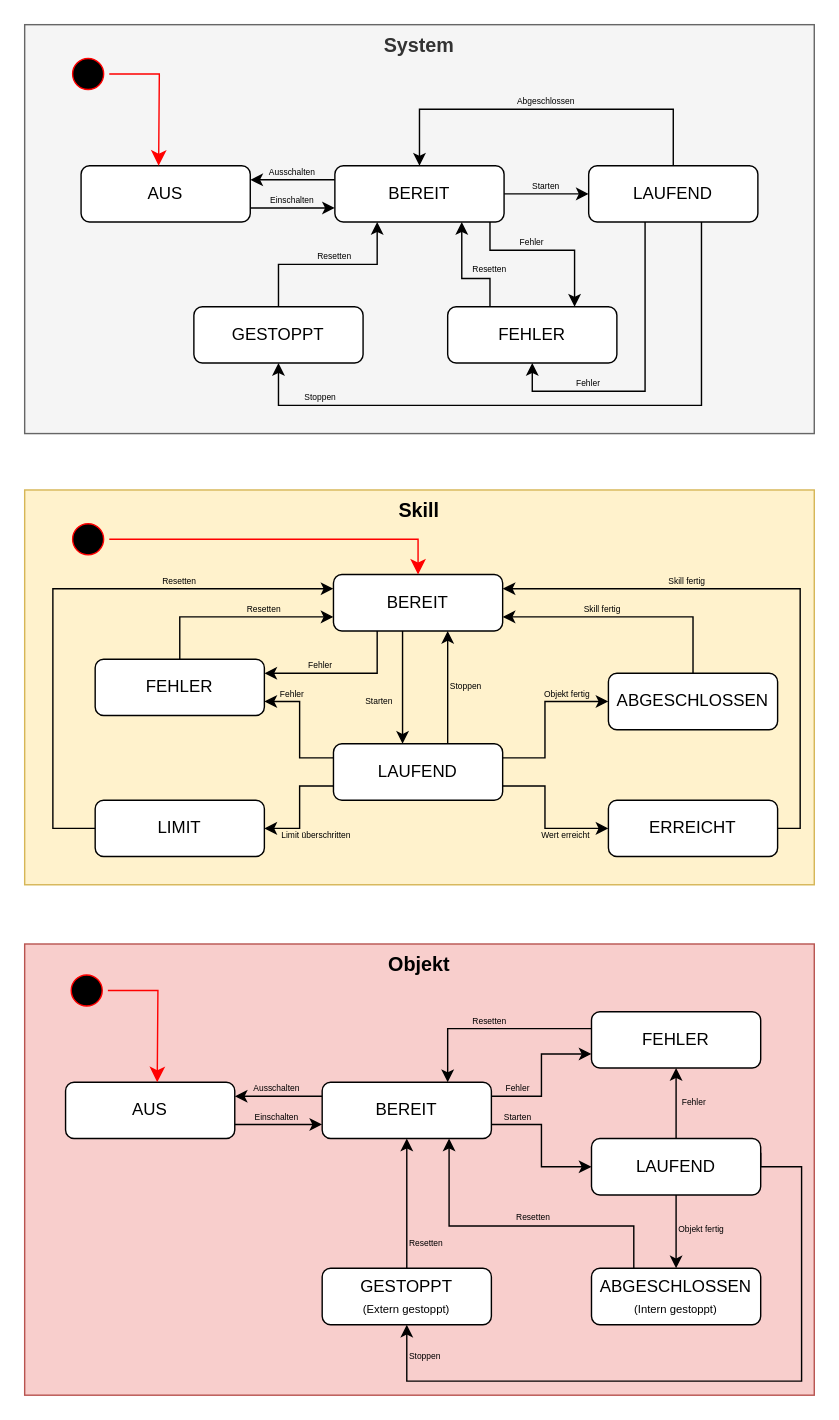
Above: 04_Umsetzung/05_Arbeistpaket_5/01_Skizzen/ÜbersichtZustände.drawio in MrZabalu/MasterThesis (draw.io), before the change. Source tidied: cells renumbered, new cells numbered last; positions are measured from the earlier drawing's top-left corner, leaving out a move shared by most shapes. Both pictures are drawn from the tidied source at 141%, with x=0, y=0 at pixel (24, 24).
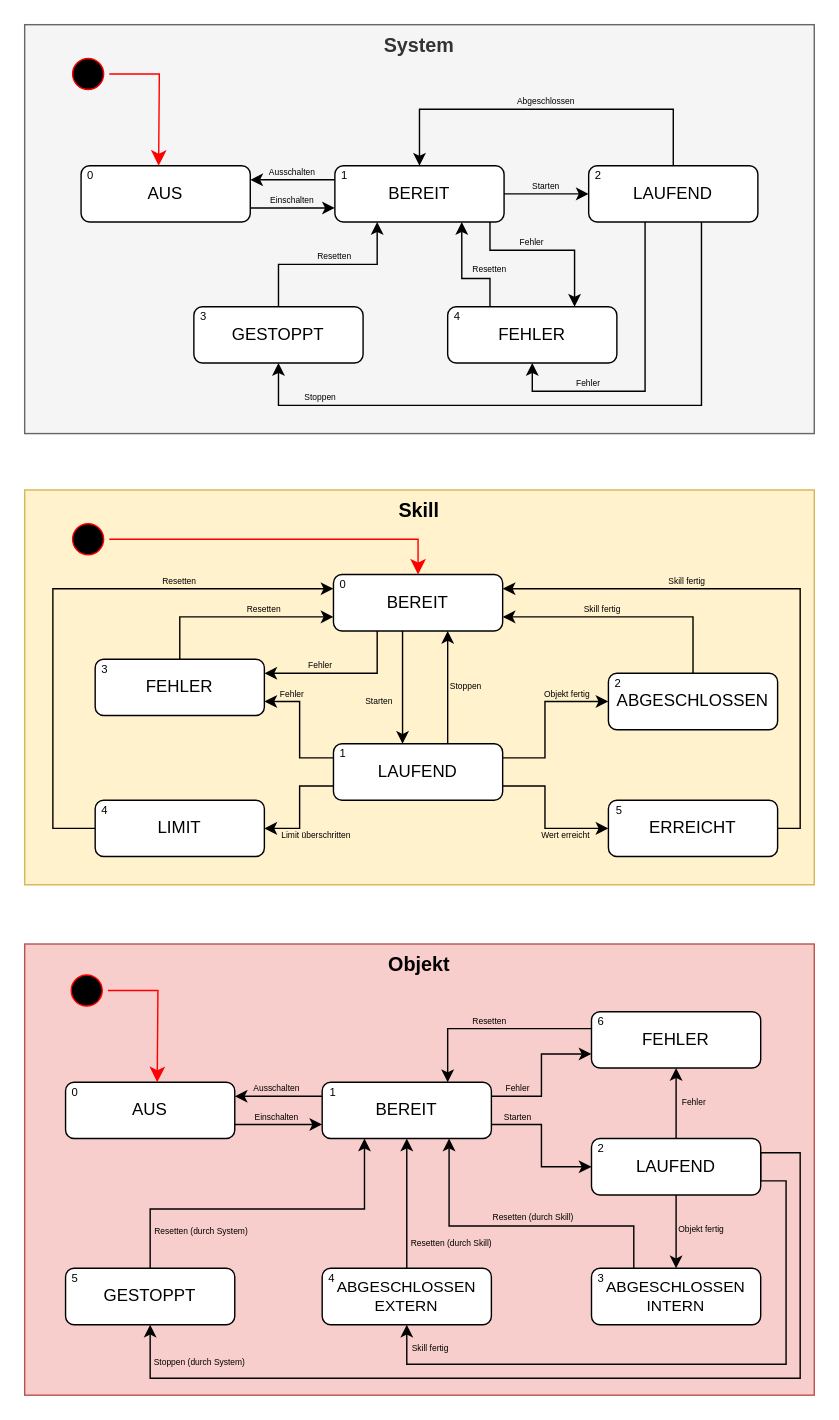
The same diagram, later.

Unchanged cells that the change refers to:
```xml
<mxCell id="2" style="group;" parent="1" vertex="1">
  <mxGeometry width="560" height="290" as="geometry" />
</mxCell>
<mxCell id="29" style="group;" parent="1" vertex="1">
  <mxGeometry y="330" width="560" height="280" as="geometry" />
</mxCell>
<mxCell id="67" value="BEREIT" style="rounded=1;whiteSpace=wrap;html=1;" parent="1" vertex="1">
  <mxGeometry x="211" y="750" width="120" height="40" as="geometry" />
</mxCell>
<mxCell id="71" value="LAUFEND" style="rounded=1;whiteSpace=wrap;html=1;" parent="1" vertex="1">
  <mxGeometry x="402" y="790" width="120" height="40" as="geometry" />
</mxCell>
```

The edit, as a diff of the source:
```diff
@@
+    <mxCell id="90" value="0" style="text;html=1;align=center;verticalAlign=middle;whiteSpace=wrap;rounded=0;fontSize=8;" parent="2" vertex="1">
+      <mxGeometry x="42" y="102" width="10" height="10" as="geometry" />
+    </mxCell>
+    <mxCell id="91" value="1" style="text;html=1;align=center;verticalAlign=middle;whiteSpace=wrap;rounded=0;fontSize=8;" parent="2" vertex="1">
+      <mxGeometry x="222" y="102" width="10" height="10" as="geometry" />
+    </mxCell>
+    <mxCell id="92" value="2" style="text;html=1;align=center;verticalAlign=middle;whiteSpace=wrap;rounded=0;fontSize=8;" parent="2" vertex="1">
+      <mxGeometry x="402" y="102" width="10" height="10" as="geometry" />
+    </mxCell>
+    <mxCell id="93" value="3" style="text;html=1;align=center;verticalAlign=middle;whiteSpace=wrap;rounded=0;fontSize=8;" parent="2" vertex="1">
+      <mxGeometry x="122" y="202" width="10" height="10" as="geometry" />
+    </mxCell>
+    <mxCell id="94" value="4" style="text;html=1;align=center;verticalAlign=middle;whiteSpace=wrap;rounded=0;fontSize=8;" parent="2" vertex="1">
+      <mxGeometry x="302" y="202" width="10" height="10" as="geometry" />
+    </mxCell>
@@
+    <mxCell id="95" value="0" style="text;html=1;align=center;verticalAlign=middle;whiteSpace=wrap;rounded=0;fontSize=8;" parent="29" vertex="1">
+      <mxGeometry x="221" y="62" width="10" height="10" as="geometry" />
+    </mxCell>
+    <mxCell id="96" value="1" style="text;html=1;align=center;verticalAlign=middle;whiteSpace=wrap;rounded=0;fontSize=8;" parent="29" vertex="1">
+      <mxGeometry x="221" y="182" width="10" height="10" as="geometry" />
+    </mxCell>
+    <mxCell id="97" value="2" style="text;html=1;align=center;verticalAlign=middle;whiteSpace=wrap;rounded=0;fontSize=8;" parent="29" vertex="1">
+      <mxGeometry x="416" y="132" width="10" height="10" as="geometry" />
+    </mxCell>
+    <mxCell id="98" value="3" style="text;html=1;align=center;verticalAlign=middle;whiteSpace=wrap;rounded=0;fontSize=8;" parent="29" vertex="1">
+      <mxGeometry x="52" y="122" width="10" height="10" as="geometry" />
+    </mxCell>
+    <mxCell id="99" value="4" style="text;html=1;align=center;verticalAlign=middle;whiteSpace=wrap;rounded=0;fontSize=8;" parent="29" vertex="1">
+      <mxGeometry x="52" y="222" width="10" height="10" as="geometry" />
+    </mxCell>
+    <mxCell id="100" value="5" style="text;html=1;align=center;verticalAlign=middle;whiteSpace=wrap;rounded=0;fontSize=8;" parent="29" vertex="1">
+      <mxGeometry x="417" y="222" width="10" height="10" as="geometry" />
+    </mxCell>
@@
     <mxCell id="70" style="edgeStyle=orthogonalEdgeStyle;rounded=0;jettySize=auto;html=1;exitX=1;exitY=0.25;exitDx=0;exitDy=0;entryX=0.5;entryY=1;entryDx=0;entryDy=0;" parent="1" edge="1" source="71" target="77">
       <mxGeometry relative="1" as="geometry">
         <Array as="points">
-          <mxPoint x="522" y="810" />
-          <mxPoint x="551" y="810" />
-          <mxPoint x="551" y="962" />
-          <mxPoint x="271" y="962" />
+          <mxPoint x="522" y="820" />
+          <mxPoint x="540" y="820" />
+          <mxPoint x="540" y="950" />
+          <mxPoint x="271" y="950" />
         </Array>
       </mxGeometry>
     </mxCell>
+    <mxCell id="101" style="edgeStyle=orthogonalEdgeStyle;rounded=0;jettySize=auto;html=1;entryX=0.5;entryY=1;entryDx=0;entryDy=0;" parent="1" edge="1" source="71" target="103">
+      <mxGeometry relative="1" as="geometry">
+        <Array as="points">
+          <mxPoint x="550" y="800" />
+          <mxPoint x="550" y="960" />
+          <mxPoint x="89" y="960" />
+        </Array>
+      </mxGeometry>
+    </mxCell>
@@
-    <mxCell id="75" value="ABGESCHLOSSEN&lt;div&gt;&lt;font style=&quot;font-size: 8px;&quot;&gt;(Intern gestoppt)&lt;/font&gt;&lt;/div&gt;" style="rounded=1;whiteSpace=wrap;html=1;" parent="1" vertex="1">
+    <mxCell id="75" value="&lt;font style=&quot;font-size: 11px;&quot;&gt;ABGESCHLOSSEN&lt;/font&gt;&lt;div style=&quot;font-size: 11px;&quot;&gt;&lt;font style=&quot;font-size: 11px;&quot;&gt;INTERN&lt;/font&gt;&lt;/div&gt;" style="rounded=1;whiteSpace=wrap;html=1;fontSize=11;" parent="1" vertex="1">
       <mxGeometry x="402" y="882" width="120" height="40" as="geometry" />
     </mxCell>
@@
-    <mxCell id="77" value="GESTOPPT&lt;div&gt;&lt;font style=&quot;font-size: 8px;&quot;&gt;(Extern gestoppt)&lt;/font&gt;&lt;/div&gt;" style="rounded=1;whiteSpace=wrap;html=1;" parent="1" vertex="1">
+    <mxCell id="77" value="ABGESCHLOSSEN&lt;div style=&quot;font-size: 11px;&quot;&gt;EXTERN&lt;/div&gt;" style="rounded=1;whiteSpace=wrap;html=1;fontSize=11;" parent="1" vertex="1">
       <mxGeometry x="211" y="882" width="120" height="40" as="geometry" />
     </mxCell>
@@
-    <mxCell id="87" value="Stoppen" style="text;html=1;align=left;verticalAlign=middle;whiteSpace=wrap;rounded=0;fontSize=6;" parent="1" vertex="1">
-      <mxGeometry x="271" y="940" width="60" height="10" as="geometry" />
+    <mxCell id="87" value="Skill fertig" style="text;html=1;align=left;verticalAlign=middle;whiteSpace=wrap;rounded=0;fontSize=6;" parent="1" vertex="1">
+      <mxGeometry x="273" y="934" width="60" height="10" as="geometry" />
     </mxCell>
-    <mxCell id="88" value="Resetten" style="text;html=1;align=left;verticalAlign=middle;whiteSpace=wrap;rounded=0;fontSize=6;" parent="1" vertex="1">
-      <mxGeometry x="271" y="860" width="60" height="10" as="geometry" />
-    </mxCell>
-    <mxCell id="89" value="Resetten" style="text;html=1;align=center;verticalAlign=middle;whiteSpace=wrap;rounded=0;fontSize=6;" parent="1" vertex="1">
+    <mxCell id="89" value="Resetten (durch Skill)" style="text;html=1;align=center;verticalAlign=middle;whiteSpace=wrap;rounded=0;fontSize=6;" parent="1" vertex="1">
       <mxGeometry x="331" y="841" width="60" height="10" as="geometry" />
     </mxCell>
+    <mxCell id="102" style="edgeStyle=orthogonalEdgeStyle;rounded=0;jettySize=auto;html=1;entryX=0.25;entryY=1;entryDx=0;entryDy=0;" parent="1" edge="1" source="103" target="67">
+      <mxGeometry relative="1" as="geometry">
+        <Array as="points">
+          <mxPoint x="89" y="840" />
+          <mxPoint x="241" y="840" />
+        </Array>
+      </mxGeometry>
+    </mxCell>
+    <mxCell id="103" value="GESTOPPT" style="rounded=1;whiteSpace=wrap;html=1;" parent="1" vertex="1">
+      <mxGeometry x="29" y="882" width="120" height="40" as="geometry" />
+    </mxCell>
+    <mxCell id="104" value="Stoppen (durch System)" style="text;html=1;align=left;verticalAlign=middle;whiteSpace=wrap;rounded=0;fontSize=6;" parent="1" vertex="1">
+      <mxGeometry x="90" y="944" width="70" height="10" as="geometry" />
+    </mxCell>
+    <mxCell id="105" value="Resetten (durch Skill)" style="text;html=1;align=center;verticalAlign=middle;whiteSpace=wrap;rounded=0;fontSize=6;" parent="1" vertex="1">
+      <mxGeometry x="273" y="860" width="60" height="10" as="geometry" />
+    </mxCell>
+    <mxCell id="106" value="Resetten (durch System)" style="text;html=1;align=center;verticalAlign=middle;whiteSpace=wrap;rounded=0;fontSize=6;" parent="1" vertex="1">
+      <mxGeometry x="90" y="851" width="71" height="10" as="geometry" />
+    </mxCell>
+    <mxCell id="107" value="0" style="text;html=1;align=center;verticalAlign=middle;whiteSpace=wrap;rounded=0;fontSize=8;" parent="1" vertex="1">
+      <mxGeometry x="31" y="752" width="10" height="10" as="geometry" />
+    </mxCell>
+    <mxCell id="108" value="1" style="text;html=1;align=center;verticalAlign=middle;whiteSpace=wrap;rounded=0;fontSize=8;" parent="1" vertex="1">
+      <mxGeometry x="214" y="752" width="10" height="10" as="geometry" />
+    </mxCell>
+    <mxCell id="109" value="2" style="text;html=1;align=center;verticalAlign=middle;whiteSpace=wrap;rounded=0;fontSize=8;" parent="1" vertex="1">
+      <mxGeometry x="404" y="792" width="10" height="10" as="geometry" />
+    </mxCell>
+    <mxCell id="110" value="3" style="text;html=1;align=center;verticalAlign=middle;whiteSpace=wrap;rounded=0;fontSize=8;" parent="1" vertex="1">
+      <mxGeometry x="404" y="884" width="10" height="10" as="geometry" />
+    </mxCell>
+    <mxCell id="111" value="4" style="text;html=1;align=center;verticalAlign=middle;whiteSpace=wrap;rounded=0;fontSize=8;" parent="1" vertex="1">
+      <mxGeometry x="213" y="884" width="10" height="10" as="geometry" />
+    </mxCell>
+    <mxCell id="112" value="5" style="text;html=1;align=center;verticalAlign=middle;whiteSpace=wrap;rounded=0;fontSize=8;" parent="1" vertex="1">
+      <mxGeometry x="31" y="884" width="10" height="10" as="geometry" />
+    </mxCell>
+    <mxCell id="113" value="6" style="text;html=1;align=center;verticalAlign=middle;whiteSpace=wrap;rounded=0;fontSize=8;" parent="1" vertex="1">
+      <mxGeometry x="404" y="702" width="10" height="10" as="geometry" />
+    </mxCell>
```
